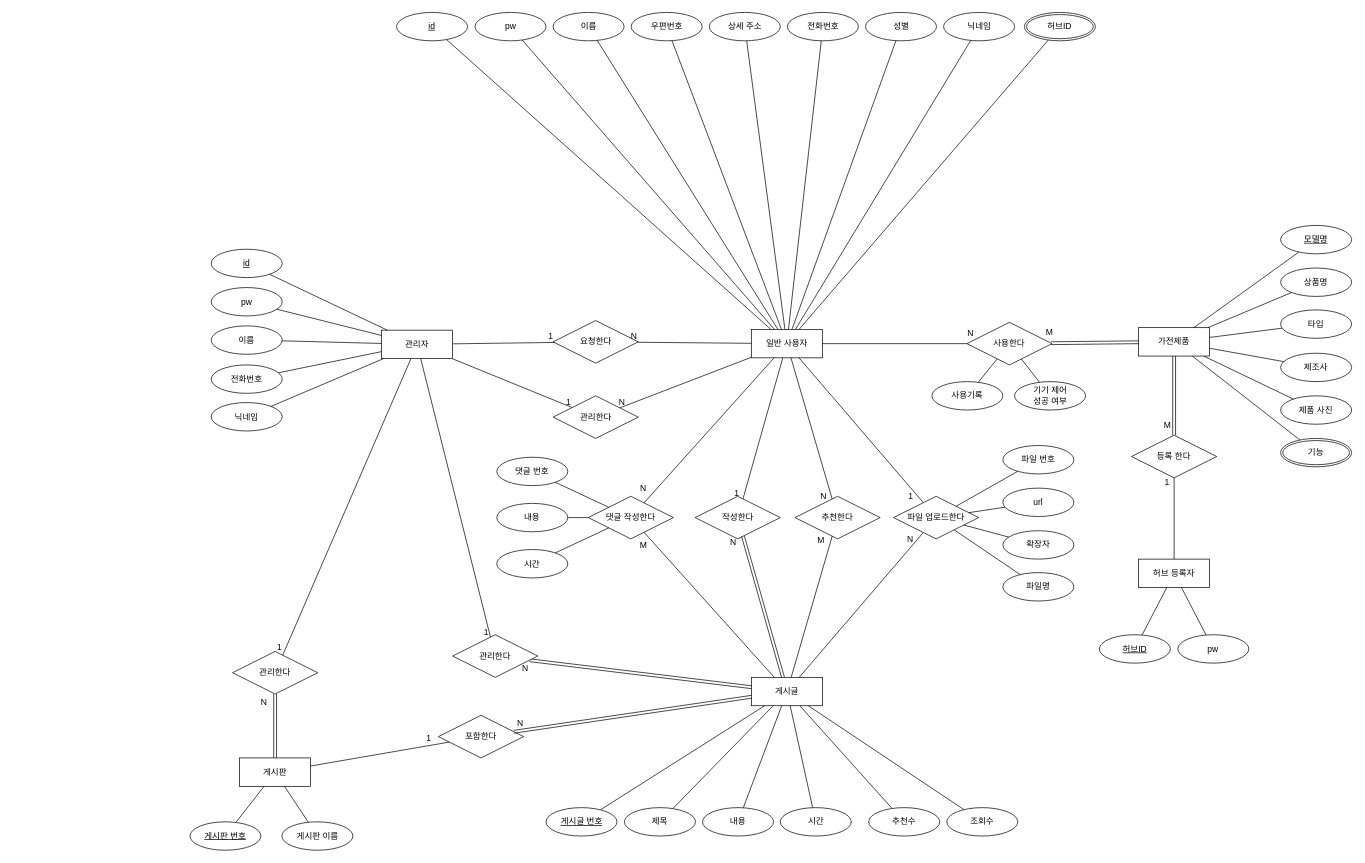
Earlier version of the draw.io diagram 캡스톤 디자인/산출물/ERD.drawio (rmflsdl4/SIRIUS). Source tidied: cells renumbered, new cells numbered last; positions are measured from the earlier drawing's top-left corner, leaving out a move shared by most shapes. Both pictures are drawn from the tidied source at 71%, with x=0, y=0 at pixel (190, 12).
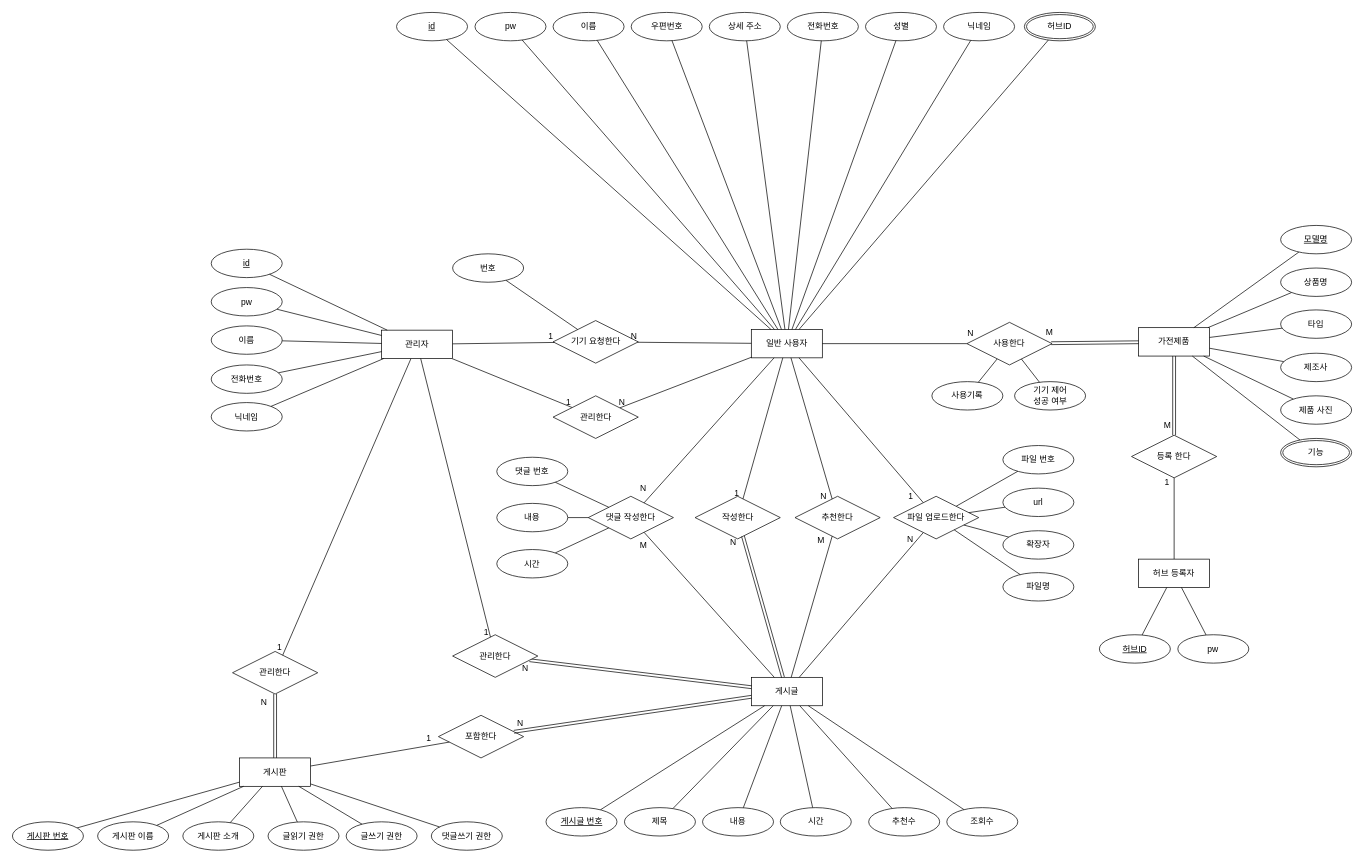
The same page after the edit.

The change refers to these unchanged cells:
```xml
<mxCell id="127" value="게시&lt;span style=&quot;background-color: initial;&quot;&gt;판&lt;/span&gt;" style="whiteSpace=wrap;html=1;align=center;" parent="1" vertex="1">
  <mxGeometry x="70" y="1050" width="100" height="40" as="geometry" />
</mxCell>
```

The edit, as a diff of the source:
```diff
@@
-    <mxCell id="122" value="요청한다" style="shape=rhombus;perimeter=rhombusPerimeter;whiteSpace=wrap;html=1;align=center;" parent="1" vertex="1">
+    <mxCell id="122" value="기기 요청한다" style="shape=rhombus;perimeter=rhombusPerimeter;whiteSpace=wrap;html=1;align=center;" parent="1" vertex="1">
       <mxGeometry x="511.5" y="434" width="120" height="60" as="geometry" />
     </mxCell>
@@
     <mxCell id="139" value="게시판 번호" style="ellipse;whiteSpace=wrap;html=1;align=center;fontStyle=4;" parent="1" vertex="1">
-      <mxGeometry y="1140" width="100" height="40" as="geometry" />
+      <mxGeometry x="-250" y="1140" width="100" height="40" as="geometry" />
     </mxCell>
@@
     <mxCell id="141" value="게시판 이름" style="ellipse;whiteSpace=wrap;html=1;align=center;" parent="1" vertex="1">
-      <mxGeometry x="129.5" y="1140" width="100" height="40" as="geometry" />
+      <mxGeometry x="-130" y="1140" width="100" height="40" as="geometry" />
     </mxCell>
+    <mxCell id="142" value="글읽기 권한" style="ellipse;whiteSpace=wrap;html=1;align=center;" parent="1" vertex="1">
+      <mxGeometry x="110" y="1140" width="100" height="40" as="geometry" />
+    </mxCell>
+    <mxCell id="143" style="endArrow=none;html=1;rounded=0;" parent="1" edge="1" source="142" target="127">
+      <mxGeometry relative="1" as="geometry" />
+    </mxCell>
+    <mxCell id="144" value="글쓰기 권한" style="ellipse;whiteSpace=wrap;html=1;align=center;" parent="1" vertex="1">
+      <mxGeometry x="220" y="1140" width="100" height="40" as="geometry" />
+    </mxCell>
+    <mxCell id="145" style="endArrow=none;html=1;rounded=0;" parent="1" edge="1" source="144" target="127">
+      <mxGeometry relative="1" as="geometry" />
+    </mxCell>
+    <mxCell id="146" value="댓글쓰기 권한" style="ellipse;whiteSpace=wrap;html=1;align=center;" parent="1" vertex="1">
+      <mxGeometry x="340" y="1140" width="100" height="40" as="geometry" />
+    </mxCell>
+    <mxCell id="147" style="endArrow=none;html=1;rounded=0;" parent="1" edge="1" source="146" target="127">
+      <mxGeometry relative="1" as="geometry" />
+    </mxCell>
+    <mxCell id="148" value="게시판 소개" style="ellipse;whiteSpace=wrap;html=1;align=center;" parent="1" vertex="1">
+      <mxGeometry x="-10" y="1140" width="100" height="40" as="geometry" />
+    </mxCell>
+    <mxCell id="149" style="endArrow=none;html=1;rounded=0;" parent="1" edge="1" source="148" target="127">
+      <mxGeometry relative="1" as="geometry" />
+    </mxCell>
+    <mxCell id="150" style="endArrow=none;html=1;rounded=0;" parent="1" edge="1" source="122" target="151">
+      <mxGeometry relative="1" as="geometry" />
+    </mxCell>
+    <mxCell id="151" value="번호" style="ellipse;whiteSpace=wrap;html=1;align=center;" parent="1" vertex="1">
+      <mxGeometry x="370" y="340" width="100" height="40" as="geometry" />
+    </mxCell>
```
